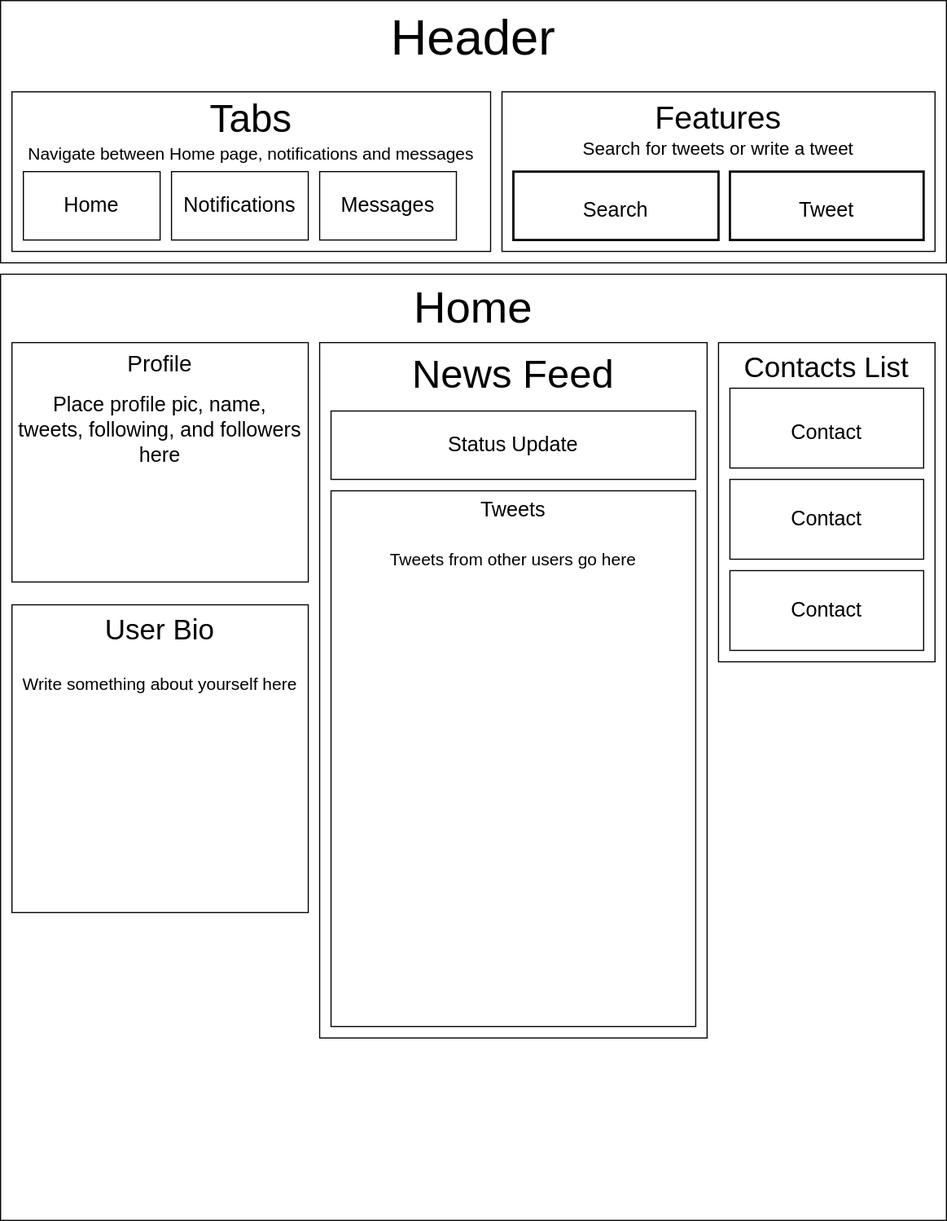
Above: Social_Media_Clone.drawio.svg in besure94/social-media-clone (draw.io), before the change. Source tidied: cells renumbered, new cells last; positions are measured from the earlier drawing's top-left corner, leaving out a move shared by most shapes.
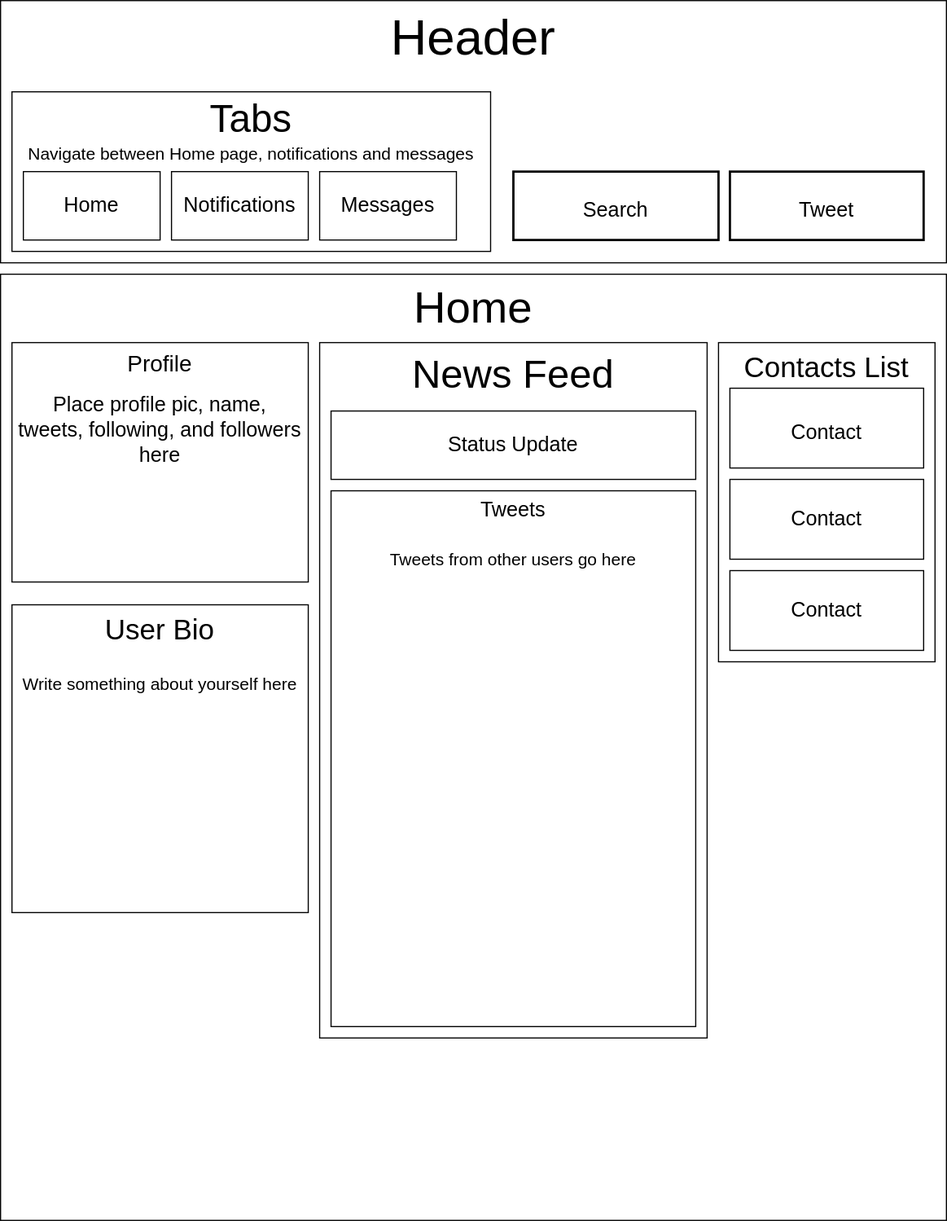
After the change.

Commit message:
Change diagram layout by removing Features component.

Change to the diagram source:
```diff
@@ -17,9 +17,6 @@
     <mxCell id="6" value="&lt;font style=&quot;font-size: 18px;&quot;&gt;Home&lt;/font&gt;" style="rounded=0;whiteSpace=wrap;html=1;" parent="1" vertex="1">
       <mxGeometry x="20" y="150" width="120" height="60" as="geometry" />
     </mxCell>
-    <mxCell id="7" value="&lt;font style=&quot;&quot;&gt;&lt;span style=&quot;font-size: 28px;&quot;&gt;Features&lt;/span&gt;&lt;br&gt;&lt;font style=&quot;font-size: 16px;&quot;&gt;Search for tweets or write a tweet&lt;/font&gt;&lt;br&gt;&lt;/font&gt;" style="rounded=0;whiteSpace=wrap;html=1;verticalAlign=top;" parent="1" vertex="1">
-      <mxGeometry x="440" y="80" width="380" height="140" as="geometry" />
-    </mxCell>
     <mxCell id="8" value="&lt;font style=&quot;font-size: 18px;&quot;&gt;Tweet&lt;/font&gt;" style="whiteSpace=wrap;html=1;verticalAlign=middle;strokeWidth=2;labelBackgroundColor=default;spacingTop=8;" parent="1" vertex="1">
       <mxGeometry x="640" y="150" width="170" height="60" as="geometry" />
     </mxCell>
```
